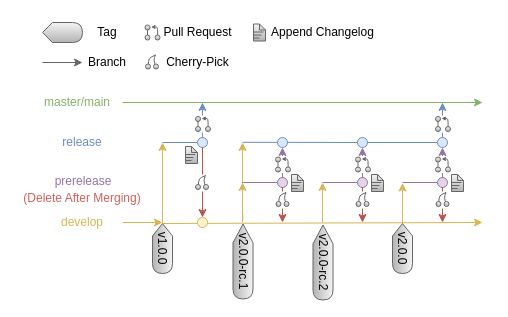
Earlier version of the draw.io diagram docs/release-flow.drawio (leoweyr/github-release-workflow). Source tidied: cells renumbered, new cells numbered last; positions are measured from the earlier drawing's top-left corner, leaving out a move shared by most shapes. Both pictures are drawn from the tidied source at 100%, with x=0, y=0 at pixel (17, 17).
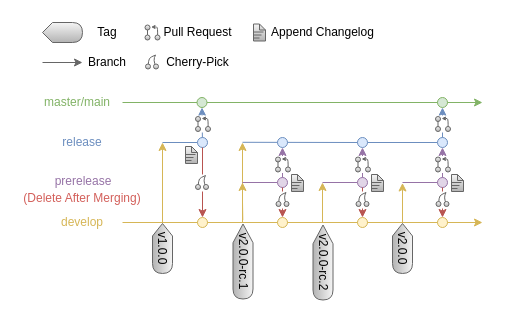
The same diagram, later.

Commit message (it also covers changes not shown here):
docs: correct release flow diagram connections

Unchanged cells that the change refers to:
```xml
<mxCell id="10" value="v1.0.0" style="shape=display;whiteSpace=wrap;html=1;rotation=90;fillColor=#f5f5f5;strokeColor=#666666;gradientColor=#b3b3b3;" parent="1" vertex="1">
  <mxGeometry x="120" y="221" width="50" height="20" as="geometry" />
</mxCell>
<mxCell id="38" style="ellipse;whiteSpace=wrap;html=1;fillColor=#e1d5e7;strokeColor=#9673a6;" parent="1" vertex="1">
  <mxGeometry x="340" y="160" width="10" height="10" as="geometry" />
</mxCell>
<mxCell id="58" style="ellipse;whiteSpace=wrap;html=1;fillColor=#e1d5e7;strokeColor=#9673a6;" parent="1" vertex="1">
  <mxGeometry x="420" y="160" width="10" height="10" as="geometry" />
</mxCell>
<mxCell id="112" style="ellipse;whiteSpace=wrap;html=1;fillColor=#e1d5e7;strokeColor=#9673a6;" parent="1" vertex="1">
  <mxGeometry x="260" y="160" width="10" height="10" as="geometry" />
</mxCell>
```

Change to the diagram source:
```diff
@@
-    <mxCell id="3" style="endArrow=classic;html=1;rounded=0;fillColor=#fff2cc;strokeColor=#D6B656;" parent="1" edge="1">
-      <mxGeometry relative="1" as="geometry">
-        <mxPoint x="105" y="205" as="sourcePoint" />
-        <mxPoint x="145" y="205" as="targetPoint" />
-      </mxGeometry>
-    </mxCell>
@@
-    <mxCell id="12" style="endArrow=classic;html=1;rounded=0;fillColor=#dae8fc;strokeColor=#6c8ebf;" parent="1" edge="1">
+    <mxCell id="12" style="endArrow=classic;html=1;rounded=0;fillColor=#dae8fc;strokeColor=#6c8ebf;entryX=0.5;entryY=1;entryDx=0;entryDy=0;" parent="1" edge="1" target="133">
       <mxGeometry relative="1" as="geometry">
         <mxPoint x="184.9" y="120" as="sourcePoint" />
-        <mxPoint x="185" y="85" as="targetPoint" />
       </mxGeometry>
     </mxCell>
-    <mxCell id="13" style="endArrow=classic;html=1;rounded=0;fillColor=#fff2cc;strokeColor=#d6b656;exitX=0;exitY=0.5;exitDx=0;exitDy=0;exitPerimeter=0;" parent="1" edge="1" source="10">
+    <mxCell id="13" style="endArrow=classic;html=1;rounded=0;fillColor=#fff2cc;strokeColor=#d6b656;" parent="1" edge="1">
       <mxGeometry relative="1" as="geometry">
+        <mxPoint x="105" y="205" as="sourcePoint" />
         <mxPoint x="465" y="205" as="targetPoint" />
       </mxGeometry>
     </mxCell>
@@
-    <mxCell id="52" style="endArrow=classic;html=1;rounded=0;exitX=0.5;exitY=1;exitDx=0;exitDy=0;fillColor=#f8cecc;strokeColor=#b85450;" parent="1" edge="1" source="38">
-      <mxGeometry relative="1" as="geometry">
-        <mxPoint x="345" y="205" as="targetPoint" />
-      </mxGeometry>
+    <mxCell id="52" style="endArrow=classic;html=1;rounded=0;exitX=0.5;exitY=1;exitDx=0;exitDy=0;fillColor=#f8cecc;strokeColor=#b85450;entryX=0.5;entryY=0;entryDx=0;entryDy=0;" parent="1" edge="1" source="38" target="131">
+      <mxGeometry relative="1" as="geometry" />
     </mxCell>
@@
-    <mxCell id="67" style="endArrow=classic;html=1;rounded=0;exitX=0.5;exitY=1;exitDx=0;exitDy=0;fillColor=#f8cecc;strokeColor=#b85450;" parent="1" edge="1" source="58">
-      <mxGeometry relative="1" as="geometry">
-        <mxPoint x="425" y="205" as="targetPoint" />
-      </mxGeometry>
+    <mxCell id="67" style="endArrow=classic;html=1;rounded=0;exitX=0.5;exitY=1;exitDx=0;exitDy=0;fillColor=#f8cecc;strokeColor=#b85450;entryX=0.5;entryY=0;entryDx=0;entryDy=0;" parent="1" edge="1" source="58" target="132">
+      <mxGeometry relative="1" as="geometry" />
     </mxCell>
@@
-    <mxCell id="80" style="endArrow=classic;html=1;rounded=0;fillColor=#dae8fc;strokeColor=#6c8ebf;" parent="1" edge="1">
+    <mxCell id="80" style="endArrow=classic;html=1;rounded=0;fillColor=#dae8fc;strokeColor=#6c8ebf;entryX=0.5;entryY=1;entryDx=0;entryDy=0;" parent="1" edge="1" target="134">
       <mxGeometry relative="1" as="geometry">
         <mxPoint x="425" y="120" as="sourcePoint" />
-        <mxPoint x="425" y="85" as="targetPoint" />
       </mxGeometry>
     </mxCell>
@@
-    <mxCell id="117" style="endArrow=classic;html=1;rounded=0;exitX=0.5;exitY=1;exitDx=0;exitDy=0;fillColor=#f8cecc;strokeColor=#b85450;" parent="1" edge="1" source="112">
-      <mxGeometry relative="1" as="geometry">
-        <mxPoint x="265" y="205" as="targetPoint" />
-      </mxGeometry>
+    <mxCell id="117" style="endArrow=classic;html=1;rounded=0;exitX=0.5;exitY=1;exitDx=0;exitDy=0;fillColor=#f8cecc;strokeColor=#b85450;entryX=0.5;entryY=0;entryDx=0;entryDy=0;" parent="1" edge="1" source="112" target="130">
+      <mxGeometry relative="1" as="geometry" />
     </mxCell>
@@
+    <mxCell id="130" style="ellipse;whiteSpace=wrap;html=1;fillColor=#fff2cc;strokeColor=#d6b656;" parent="1" vertex="1">
+      <mxGeometry x="260" y="200" width="10" height="10" as="geometry" />
+    </mxCell>
+    <mxCell id="131" style="ellipse;whiteSpace=wrap;html=1;fillColor=#fff2cc;strokeColor=#d6b656;" parent="1" vertex="1">
+      <mxGeometry x="340" y="200" width="10" height="10" as="geometry" />
+    </mxCell>
+    <mxCell id="132" style="ellipse;whiteSpace=wrap;html=1;fillColor=#fff2cc;strokeColor=#d6b656;" parent="1" vertex="1">
+      <mxGeometry x="420" y="200" width="10" height="10" as="geometry" />
+    </mxCell>
+    <mxCell id="133" style="ellipse;whiteSpace=wrap;html=1;fillColor=#d5e8d4;strokeColor=#82b366;" parent="1" vertex="1">
+      <mxGeometry x="179.5" y="80" width="10" height="10" as="geometry" />
+    </mxCell>
+    <mxCell id="134" style="ellipse;whiteSpace=wrap;html=1;fillColor=#d5e8d4;strokeColor=#82b366;" parent="1" vertex="1">
+      <mxGeometry x="420" y="80" width="10" height="10" as="geometry" />
+    </mxCell>
```
